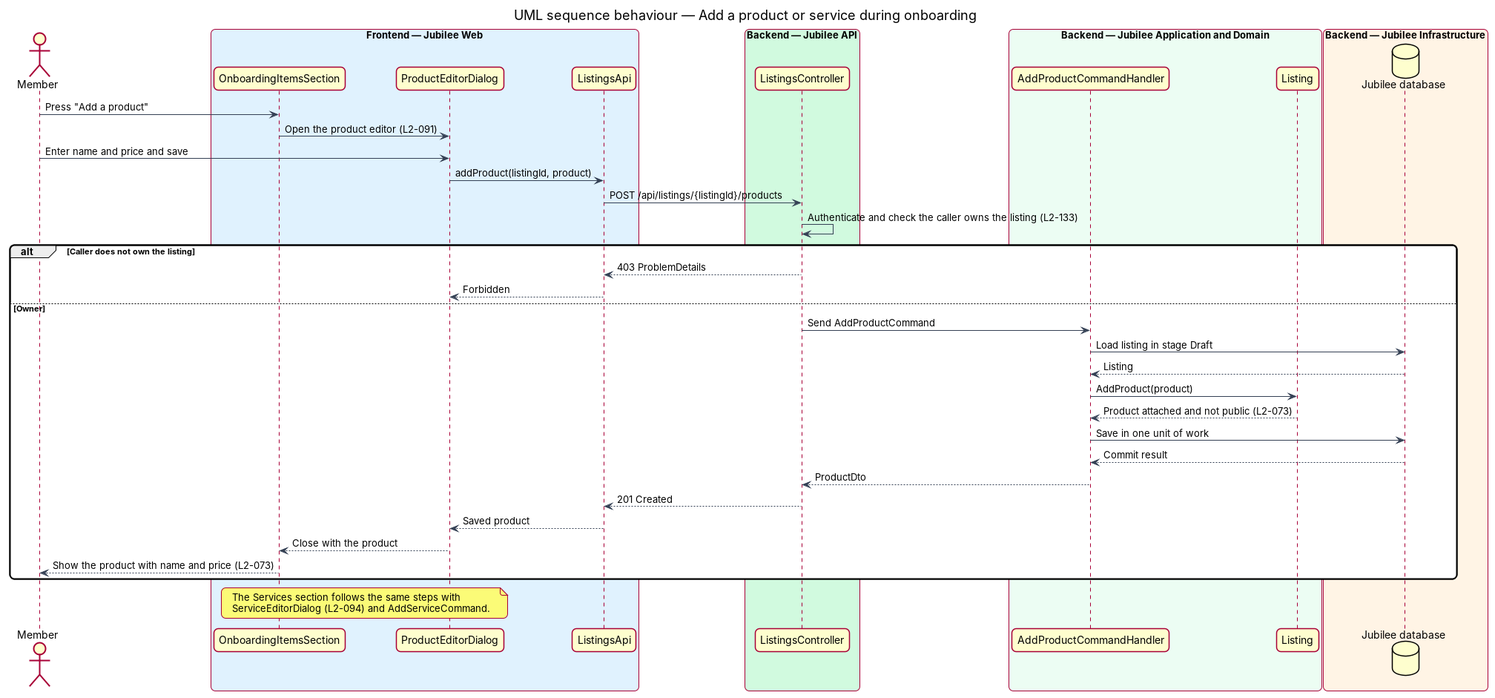
QuinntyneBrown/jubilee keeps this PlantUML diagram as docs/detailed-designs/onboarding/describe-listing/diagrams/sequence-add-item.png. Above is the earlier version. Its source is kept beside it as docs/detailed-designs/onboarding/describe-listing/diagrams/sequence-add-item.puml.
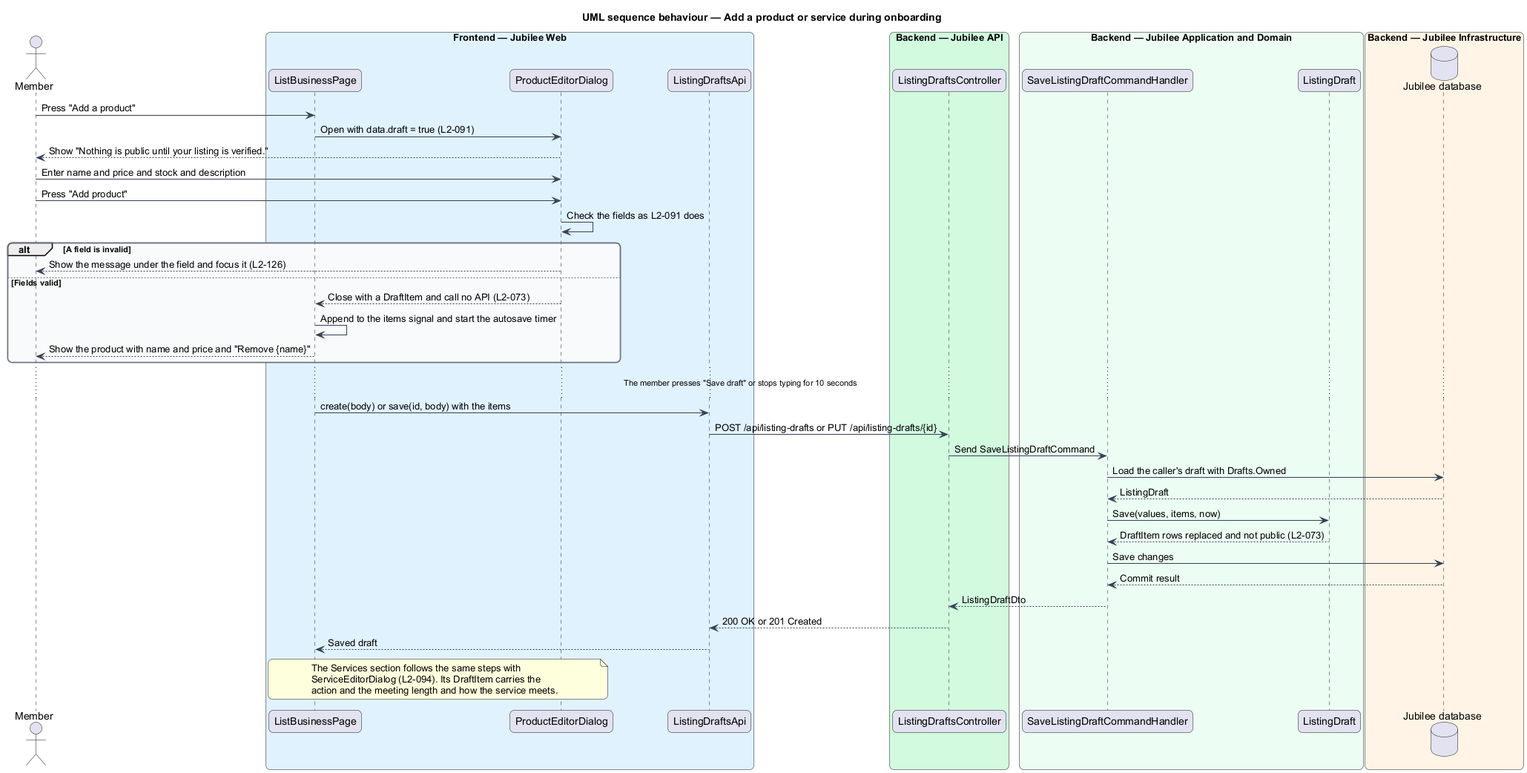
After the change.

The edit, as a diff of the source:
```diff
@@ -16,45 +16,49 @@
 }
 actor "Member" as actor
 box "Frontend — Jubilee Web" #E0F2FE
-  participant "OnboardingItemsSection" as section
+  participant "ListBusinessPage" as page
   participant "ProductEditorDialog" as dialog
-  participant "ListingsApi" as client
+  participant "ListingDraftsApi" as client
 end box
 box "Backend — Jubilee API" #D1FADF
-  participant "ListingsController" as controller
+  participant "ListingDraftsController" as controller
 end box
 box "Backend — Jubilee Application and Domain" #ECFDF3
-  participant "AddProductCommandHandler" as handler
-  participant "Listing" as entity
+  participant "SaveListingDraftCommandHandler" as handler
+  participant "ListingDraft" as entity
 end box
 box "Backend — Jubilee Infrastructure" #FFF4E5
   database "Jubilee database" as db
 end box
-actor -> section : Press "Add a product"
-section -> dialog : Open the product editor (L2-091)
-actor -> dialog : Enter name and price and save
-dialog -> client : addProduct(listingId, product)
-client -> controller : POST /api/listings/{listingId}/products
-controller -> controller : Authenticate and check the caller owns the listing (L2-133)
-alt Caller does not own the listing
-  controller --> client : 403 ProblemDetails
-  client --> dialog : Forbidden
-else Owner
-  controller -> handler : Send AddProductCommand
-  handler -> db : Load listing in stage Draft
-  db --> handler : Listing
-  handler -> entity : AddProduct(product)
-  entity --> handler : Product attached and not public (L2-073)
-  handler -> db : Save in one unit of work
-  db --> handler : Commit result
-  handler --> controller : ProductDto
-  controller --> client : 201 Created
-  client --> dialog : Saved product
-  dialog --> section : Close with the product
-  section --> actor : Show the product with name and price (L2-073)
+actor -> page : Press "Add a product"
+page -> dialog : Open with data.draft = true (L2-091)
+dialog --> actor : Show "Nothing is public until your listing is verified."
+actor -> dialog : Enter name and price and stock and description
+actor -> dialog : Press "Add product"
+dialog -> dialog : Check the fields as L2-091 does
+alt A field is invalid
+  dialog --> actor : Show the message under the field and focus it (L2-126)
+else Fields valid
+  dialog --> page : Close with a DraftItem and call no API (L2-073)
+  page -> page : Append to the items signal and start the autosave timer
+  page --> actor : Show the product with name and price and "Remove {name}"
 end
-note over section, dialog
+... The member presses "Save draft" or stops typing for 10 seconds ...
+page -> client : create(body) or save(id, body) with the items
+client -> controller : POST /api/listing-drafts or PUT /api/listing-drafts/{id}
+controller -> handler : Send SaveListingDraftCommand
+handler -> db : Load the caller's draft with Drafts.Owned
+db --> handler : ListingDraft
+handler -> entity : Save(values, items, now)
+entity --> handler : DraftItem rows replaced and not public (L2-073)
+handler -> db : Save changes
+db --> handler : Commit result
+handler --> controller : ListingDraftDto
+controller --> client : 200 OK or 201 Created
+client --> page : Saved draft
+note over page, dialog
   The Services section follows the same steps with
-  ServiceEditorDialog (L2-094) and AddServiceCommand.
+  ServiceEditorDialog (L2-094). Its DraftItem carries the
+  action and the meeting length and how the service meets.
 end note
 @enduml
```
